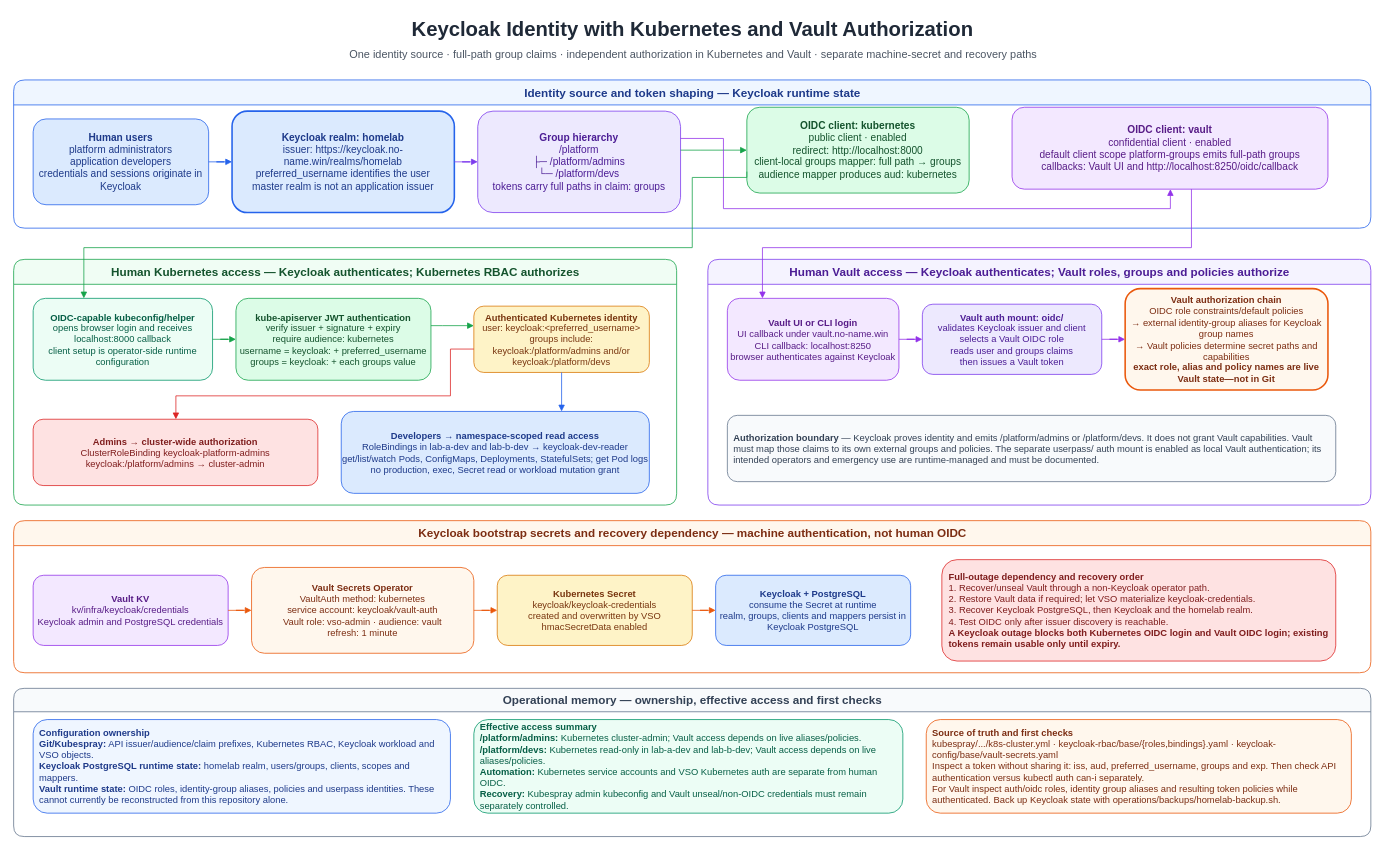
Before: visual/keycloak-identity-vault-kubernetes.drawio in EmrhT/ultimate-iac, a draw.io diagram. Source tidied: cells renumbered, new cells numbered last; positions are measured from the earlier drawing's top-left corner, leaving out a move shared by most shapes. Both pictures are drawn from the tidied source at 78%, with x=0, y=0 at pixel (13, 13).
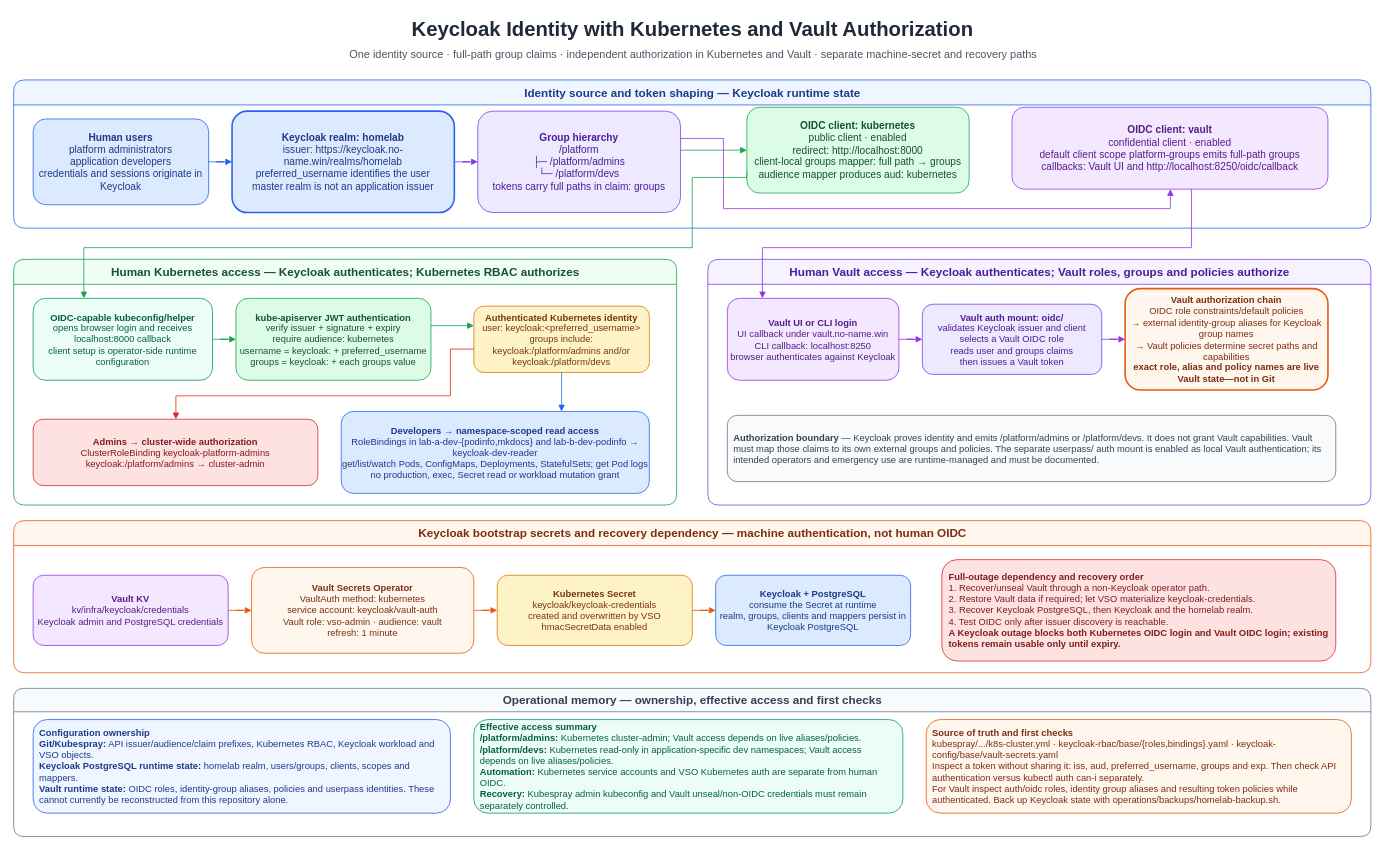
Above is the later version.

The change refers to these unchanged cells:
```xml
<mxCell id="6" value="Human Kubernetes access — Keycloak authenticates; Kubernetes RBAC authorizes" style="swimlane;html=1;rounded=1;startSize=32;fillColor=#F0FDF4;strokeColor=#16A34A;fontStyle=1;fontColor=#14532D;fontSize=15;" parent="1" vertex="1">
  <mxGeometry y="315" width="850" height="315" as="geometry" />
</mxCell>
```

What changed in the source:
```diff
@@
-    <mxCell id="7" value="&lt;b&gt;Developers → namespace-scoped read access&lt;/b&gt;&lt;br&gt;RoleBindings in lab-a-dev and lab-b-dev → keycloak-dev-reader&lt;br&gt;get/list/watch Pods, ConfigMaps, Deployments, StatefulSets; get Pod logs&lt;br&gt;no production, exec, Secret read or workload mutation grant" style="rounded=1;whiteSpace=wrap;html=1;fillColor=#DBEAFE;strokeColor=#2563EB;fontColor=#1E3A8A;fontSize=12;" parent="6" vertex="1">
+    <mxCell id="7" value="&lt;b&gt;Developers → namespace-scoped read access&lt;/b&gt;&lt;br&gt;RoleBindings in lab-a-dev-{podinfo,mkdocs} and lab-b-dev-podinfo → keycloak-dev-reader&lt;br&gt;get/list/watch Pods, ConfigMaps, Deployments, StatefulSets; get Pod logs&lt;br&gt;no production, exec, Secret read or workload mutation grant" style="rounded=1;whiteSpace=wrap;html=1;fillColor=#DBEAFE;strokeColor=#2563EB;fontColor=#1E3A8A;fontSize=12;" parent="6" vertex="1">
       <mxGeometry x="420" y="195" width="395" height="105" as="geometry" />
     </mxCell>
@@
-    <mxCell id="36" value="&lt;b&gt;Effective access summary&lt;/b&gt;&lt;br&gt;&lt;b&gt;/platform/admins:&lt;/b&gt; Kubernetes cluster-admin; Vault access depends on live aliases/policies.&lt;br&gt;&lt;b&gt;/platform/devs:&lt;/b&gt; Kubernetes read-only in lab-a-dev and lab-b-dev; Vault access depends on live aliases/policies.&lt;br&gt;&lt;b&gt;Automation:&lt;/b&gt; Kubernetes service accounts and VSO Kubernetes auth are separate from human OIDC.&lt;br&gt;&lt;b&gt;Recovery:&lt;/b&gt; Kubespray admin kubeconfig and Vault unseal/non-OIDC credentials must remain separately controlled." style="rounded=1;whiteSpace=wrap;html=1;align=left;spacing=8;fillColor=#ECFDF5;strokeColor=#059669;fontColor=#065F46;fontSize=12;" parent="1" vertex="1">
+    <mxCell id="36" value="&lt;b&gt;Effective access summary&lt;/b&gt;&lt;br&gt;&lt;b&gt;/platform/admins:&lt;/b&gt; Kubernetes cluster-admin; Vault access depends on live aliases/policies.&lt;br&gt;&lt;b&gt;/platform/devs:&lt;/b&gt; Kubernetes read-only in application-specific dev namespaces; Vault access depends on live aliases/policies.&lt;br&gt;&lt;b&gt;Automation:&lt;/b&gt; Kubernetes service accounts and VSO Kubernetes auth are separate from human OIDC.&lt;br&gt;&lt;b&gt;Recovery:&lt;/b&gt; Kubespray admin kubeconfig and Vault unseal/non-OIDC credentials must remain separately controlled." style="rounded=1;whiteSpace=wrap;html=1;align=left;spacing=8;fillColor=#ECFDF5;strokeColor=#059669;fontColor=#065F46;fontSize=12;" parent="1" vertex="1">
       <mxGeometry x="590" y="905" width="550" height="120" as="geometry" />
     </mxCell>
```
